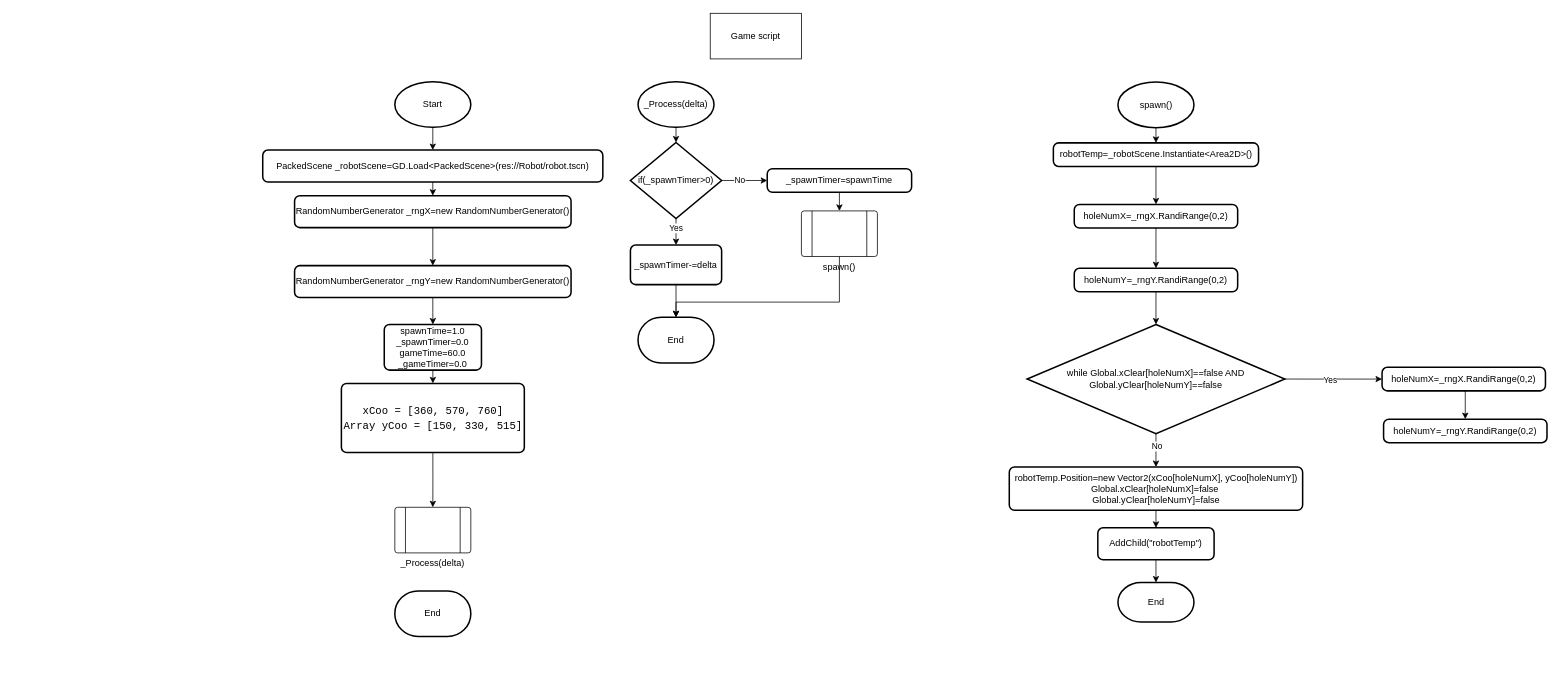
The draw.io diagram whack-a-robot/Game/game flowchart.drawio in BHASVIC-Kasper25/Whack-a-Robot, before the edit. Source tidied: cells renumbered, new cells numbered last; positions are measured from the earlier drawing's top-left corner, leaving out a move shared by most shapes. Both pictures are drawn from the tidied source at 76%, with x=0, y=0 at pixel (262, 13).
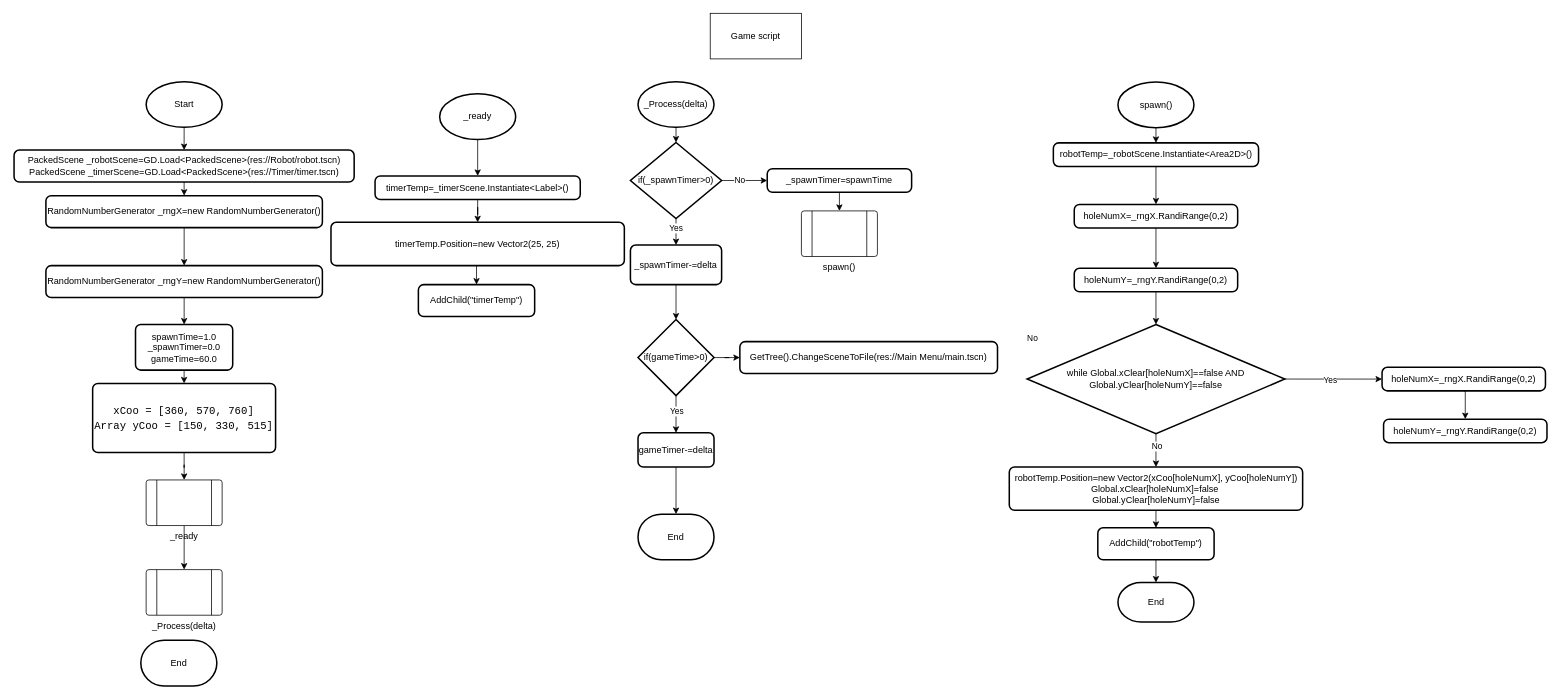
After the change.

Unchanged cells that the change refers to:
```xml
<mxCell id="18" value="_spawnTimer-=delta" style="rounded=1;whiteSpace=wrap;html=1;absoluteArcSize=1;arcSize=14;strokeWidth=2;" parent="1" vertex="1">
  <mxGeometry x="484" y="305" width="120" height="52" as="geometry" />
</mxCell>
<mxCell id="22" value="spawn()" style="verticalLabelPosition=bottom;verticalAlign=top;html=1;shape=process;whiteSpace=wrap;rounded=1;size=0.14;arcSize=6;" parent="1" vertex="1">
  <mxGeometry x="709" y="260" width="100" height="60" as="geometry" />
</mxCell>
<mxCell id="43" style="edgeStyle=orthogonalEdgeStyle;rounded=0;jettySize=auto;html=1;exitX=0.5;exitY=1;exitDx=0;exitDy=0;exitPerimeter=0;entryX=0.5;entryY=0;entryDx=0;entryDy=0;" parent="1" edge="1" source="47" target="32">
  <mxGeometry relative="1" as="geometry" />
</mxCell>
```

The edit, as a diff of the source:
```diff
@@
     <mxCell id="3" value="_Process(delta)" style="verticalLabelPosition=bottom;verticalAlign=top;html=1;shape=process;whiteSpace=wrap;rounded=1;size=0.14;arcSize=6;" parent="1" vertex="1">
-      <mxGeometry x="174" y="650" width="100" height="60" as="geometry" />
+      <mxGeometry x="-153.2" y="732" width="100" height="60" as="geometry" />
     </mxCell>
@@
     <mxCell id="5" value="Start" style="strokeWidth=2;html=1;shape=mxgraph.flowchart.start_1;whiteSpace=wrap;" parent="1" vertex="1">
-      <mxGeometry x="174" y="90" width="100" height="60" as="geometry" />
+      <mxGeometry x="-153.2" y="90" width="100" height="60" as="geometry" />
     </mxCell>
@@
-    <mxCell id="7" value="PackedScene _robotScene=GD.Load&amp;lt;PackedScene&amp;gt;(res://Robot/robot.tscn)" style="rounded=1;whiteSpace=wrap;html=1;absoluteArcSize=1;arcSize=14;strokeWidth=2;" parent="1" vertex="1">
-      <mxGeometry x="0.2" y="180" width="447.5" height="42" as="geometry" />
+    <mxCell id="7" value="PackedScene _robotScene=GD.Load&amp;lt;PackedScene&amp;gt;(res://Robot/robot.tscn)&lt;div&gt;PackedScene _timerScene=GD.Load&amp;lt;PackedScene&amp;gt;(res://Timer/timer.tscn)&lt;/div&gt;" style="rounded=1;whiteSpace=wrap;html=1;absoluteArcSize=1;arcSize=14;strokeWidth=2;" parent="1" vertex="1">
+      <mxGeometry x="-327" y="180" width="447.5" height="42" as="geometry" />
     </mxCell>
@@
     <mxCell id="9" value="RandomNumberGenerator _rngX=new RandomNumberGenerator()" style="rounded=1;whiteSpace=wrap;html=1;absoluteArcSize=1;arcSize=14;strokeWidth=2;" parent="1" vertex="1">
-      <mxGeometry x="42.1" y="240" width="363.8" height="42" as="geometry" />
+      <mxGeometry x="-285.1" y="240" width="363.8" height="42" as="geometry" />
     </mxCell>
@@
-    <mxCell id="11" value="spawnTime=1.0&lt;div&gt;_spawnTimer=0.0&lt;/div&gt;&lt;div&gt;gameTime=60.0&lt;/div&gt;&lt;div&gt;_gameTimer=0.0&lt;/div&gt;" style="rounded=1;whiteSpace=wrap;html=1;absoluteArcSize=1;arcSize=14;strokeWidth=2;" parent="1" vertex="1">
-      <mxGeometry x="160.1" y="409.5" width="127.9" height="60" as="geometry" />
+    <mxCell id="11" value="spawnTime=1.0&lt;div&gt;_spawnTimer=0.0&lt;/div&gt;&lt;div&gt;gameTime=60.0&lt;/div&gt;" style="rounded=1;whiteSpace=wrap;html=1;absoluteArcSize=1;arcSize=14;strokeWidth=2;" parent="1" vertex="1">
+      <mxGeometry x="-167.2" y="409.5" width="127.9" height="60" as="geometry" />
     </mxCell>
@@
-    <mxCell id="29" style="edgeStyle=orthogonalEdgeStyle;rounded=0;jettySize=auto;html=1;exitX=0.5;exitY=1;exitDx=0;exitDy=0;entryX=0.5;entryY=0;entryDx=0;entryDy=0;" parent="1" edge="1" source="30" target="3">
-      <mxGeometry relative="1" as="geometry" />
-    </mxCell>
+    <mxCell id="52" style="edgeStyle=orthogonalEdgeStyle;rounded=0;jettySize=auto;html=1;exitX=0.5;exitY=1;exitDx=0;exitDy=0;" parent="1" edge="1" source="30" target="63">
+      <mxGeometry relative="1" as="geometry" />
+    </mxCell>
     <mxCell id="30" value="&lt;div style=&quot;font-family: Consolas, &amp;quot;Courier New&amp;quot;, monospace; font-size: 14px; line-height: 19px; white-space: pre;&quot;&gt;&lt;span style=&quot;color: rgb(0, 0, 0);&quot;&gt;&lt;div style=&quot;line-height: 19px;&quot;&gt;xCoo = [360, 570, 760]&lt;/div&gt;&lt;/span&gt;&lt;/div&gt;&lt;div style=&quot;font-family: Consolas, &amp;quot;Courier New&amp;quot;, monospace; font-size: 14px; line-height: 19px; white-space: pre;&quot;&gt;&lt;span style=&quot;color: rgb(0, 0, 0);&quot;&gt;Array yCoo = [150, 330, 515]&lt;/span&gt;&lt;/div&gt;" style="rounded=1;whiteSpace=wrap;html=1;absoluteArcSize=1;arcSize=14;strokeWidth=2;" parent="1" vertex="1">
-      <mxGeometry x="103.7" y="487" width="240.7" height="91" as="geometry" />
+      <mxGeometry x="-223.6" y="487" width="240.7" height="91" as="geometry" />
     </mxCell>
@@
     <mxCell id="33" value="End" style="strokeWidth=2;html=1;shape=mxgraph.flowchart.terminator;whiteSpace=wrap;" parent="1" vertex="1">
-      <mxGeometry x="174" y="760" width="100" height="60" as="geometry" />
+      <mxGeometry x="-160.2" y="825" width="100" height="60" as="geometry" />
     </mxCell>
     <mxCell id="34" value="End" style="strokeWidth=2;html=1;shape=mxgraph.flowchart.terminator;whiteSpace=wrap;" parent="1" vertex="1">
-      <mxGeometry x="494" y="400" width="100" height="60" as="geometry" />
+      <mxGeometry x="494" y="659" width="100" height="60" as="geometry" />
     </mxCell>
-    <mxCell id="35" style="edgeStyle=orthogonalEdgeStyle;rounded=0;jettySize=auto;html=1;exitX=0.5;exitY=1;exitDx=0;exitDy=0;entryX=0.5;entryY=0;entryDx=0;entryDy=0;entryPerimeter=0;" parent="1" edge="1" source="18" target="34">
-      <mxGeometry relative="1" as="geometry" />
-    </mxCell>
@@
-    <mxCell id="37" style="edgeStyle=orthogonalEdgeStyle;rounded=0;jettySize=auto;html=1;exitX=0.5;exitY=1;exitDx=0;exitDy=0;entryX=0.5;entryY=0;entryDx=0;entryDy=0;entryPerimeter=0;" parent="1" edge="1" source="22" target="34">
-      <mxGeometry relative="1" as="geometry">
-        <Array as="points">
-          <mxPoint x="759" y="380" />
-          <mxPoint x="544" y="380" />
-        </Array>
-      </mxGeometry>
-    </mxCell>
@@
     <mxCell id="39" value="RandomNumberGenerator _rngY=new RandomNumberGenerator()" style="rounded=1;whiteSpace=wrap;html=1;absoluteArcSize=1;arcSize=14;strokeWidth=2;" parent="1" vertex="1">
-      <mxGeometry x="42.1" y="332" width="363.8" height="42" as="geometry" />
+      <mxGeometry x="-285.1" y="332" width="363.8" height="42" as="geometry" />
     </mxCell>
@@
+    <mxCell id="53" value="No" style="edgeLabel;html=1;align=center;verticalAlign=middle;" parent="43" vertex="1">
+      <mxGeometry x="-0.29" y="1" relative="1" as="geometry">
+        <mxPoint x="-164" y="-142" as="offset" />
+      </mxGeometry>
+    </mxCell>
@@
+    <mxCell id="54" style="edgeStyle=orthogonalEdgeStyle;rounded=0;jettySize=auto;html=1;exitX=0.5;exitY=1;exitDx=0;exitDy=0;exitPerimeter=0;" parent="1" edge="1" source="57" target="60">
+      <mxGeometry relative="1" as="geometry" />
+    </mxCell>
+    <mxCell id="55" value="Yes" style="edgeLabel;html=1;align=center;verticalAlign=middle;" parent="54" vertex="1">
+      <mxGeometry x="-0.17" relative="1" as="geometry" />
+    </mxCell>
+    <mxCell id="56" style="edgeStyle=orthogonalEdgeStyle;rounded=0;jettySize=auto;html=1;exitX=1;exitY=0.5;exitDx=0;exitDy=0;exitPerimeter=0;" parent="1" edge="1" source="57" target="61">
+      <mxGeometry relative="1" as="geometry" />
+    </mxCell>
+    <mxCell id="57" value="if(gameTime&amp;gt;0)" style="strokeWidth=2;html=1;shape=mxgraph.flowchart.decision;whiteSpace=wrap;" parent="1" vertex="1">
+      <mxGeometry x="494" y="403" width="100" height="100" as="geometry" />
+    </mxCell>
+    <mxCell id="58" style="edgeStyle=orthogonalEdgeStyle;rounded=0;jettySize=auto;html=1;exitX=0.5;exitY=1;exitDx=0;exitDy=0;entryX=0.5;entryY=0;entryDx=0;entryDy=0;entryPerimeter=0;" parent="1" edge="1" source="18" target="57">
+      <mxGeometry relative="1" as="geometry" />
+    </mxCell>
+    <mxCell id="59" style="edgeStyle=orthogonalEdgeStyle;rounded=0;jettySize=auto;html=1;exitX=0.5;exitY=1;exitDx=0;exitDy=0;" parent="1" edge="1" source="60" target="34">
+      <mxGeometry relative="1" as="geometry" />
+    </mxCell>
+    <mxCell id="60" value="gameTimer-=delta" style="rounded=1;whiteSpace=wrap;html=1;absoluteArcSize=1;arcSize=14;strokeWidth=2;" parent="1" vertex="1">
+      <mxGeometry x="494" y="552" width="100" height="45" as="geometry" />
+    </mxCell>
+    <mxCell id="61" value="GetTree().ChangeSceneToFile(res://Main Menu/main.tscn)" style="rounded=1;whiteSpace=wrap;html=1;absoluteArcSize=1;arcSize=14;strokeWidth=2;" parent="1" vertex="1">
+      <mxGeometry x="628" y="432" width="339" height="42" as="geometry" />
+    </mxCell>
+    <mxCell id="62" style="edgeStyle=orthogonalEdgeStyle;rounded=0;jettySize=auto;html=1;exitX=0.5;exitY=1;exitDx=0;exitDy=0;entryX=0.5;entryY=0;entryDx=0;entryDy=0;" parent="1" edge="1" source="63" target="3">
+      <mxGeometry relative="1" as="geometry" />
+    </mxCell>
+    <mxCell id="63" value="_ready" style="verticalLabelPosition=bottom;verticalAlign=top;html=1;shape=process;whiteSpace=wrap;rounded=1;size=0.14;arcSize=6;" parent="1" vertex="1">
+      <mxGeometry x="-153.2" y="614" width="100" height="60" as="geometry" />
+    </mxCell>
+    <mxCell id="64" style="edgeStyle=orthogonalEdgeStyle;rounded=0;jettySize=auto;html=1;exitX=0.5;exitY=1;exitDx=0;exitDy=0;exitPerimeter=0;entryX=0.5;entryY=0;entryDx=0;entryDy=0;" parent="1" edge="1" source="65" target="67">
+      <mxGeometry relative="1" as="geometry" />
+    </mxCell>
+    <mxCell id="65" value="_ready" style="strokeWidth=2;html=1;shape=mxgraph.flowchart.start_1;whiteSpace=wrap;" parent="1" vertex="1">
+      <mxGeometry x="233" y="106" width="100" height="60" as="geometry" />
+    </mxCell>
+    <mxCell id="66" style="edgeStyle=orthogonalEdgeStyle;rounded=0;jettySize=auto;html=1;exitX=0.5;exitY=1;exitDx=0;exitDy=0;" parent="1" edge="1" source="67" target="69">
+      <mxGeometry relative="1" as="geometry" />
+    </mxCell>
+    <mxCell id="67" value="timerTemp=_timerScene.Instantiate&amp;lt;Label&amp;gt;()" style="rounded=1;whiteSpace=wrap;html=1;absoluteArcSize=1;arcSize=14;strokeWidth=2;" parent="1" vertex="1">
+      <mxGeometry x="148" y="214" width="270" height="31" as="geometry" />
+    </mxCell>
+    <mxCell id="68" style="edgeStyle=orthogonalEdgeStyle;rounded=0;jettySize=auto;html=1;exitX=0.5;exitY=1;exitDx=0;exitDy=0;entryX=0.5;entryY=0;entryDx=0;entryDy=0;" parent="1" edge="1" source="69" target="70">
+      <mxGeometry relative="1" as="geometry" />
+    </mxCell>
+    <mxCell id="69" value="timerTemp.Position=new Vector2(25, 25)" style="rounded=1;whiteSpace=wrap;html=1;absoluteArcSize=1;arcSize=14;strokeWidth=2;" parent="1" vertex="1">
+      <mxGeometry x="90" y="275" width="386" height="57" as="geometry" />
+    </mxCell>
+    <mxCell id="70" value="AddChild(&quot;timerTemp&quot;)" style="rounded=1;whiteSpace=wrap;html=1;absoluteArcSize=1;arcSize=14;strokeWidth=2;" parent="1" vertex="1">
+      <mxGeometry x="205" y="357" width="153" height="42" as="geometry" />
+    </mxCell>
```
